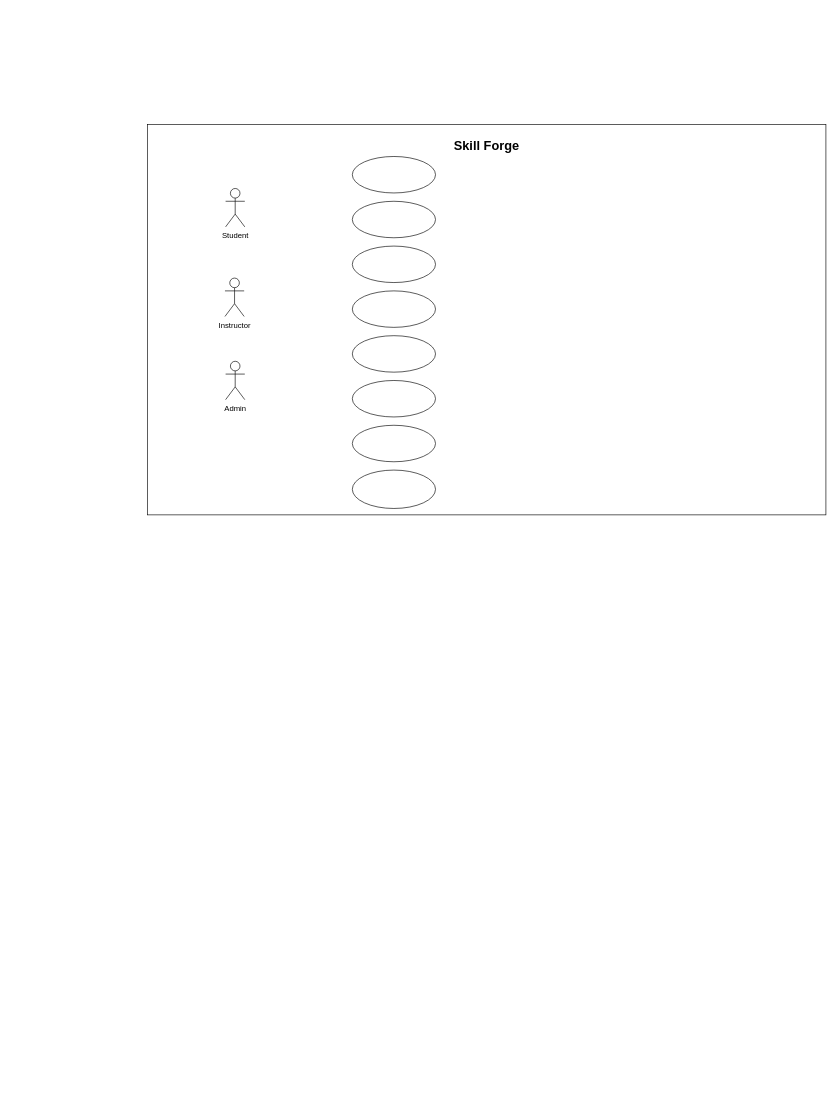
Earlier version of the draw.io diagram Lab5/SkillForge_UseCase.drawio (Youssufathalla/Programming-2). Source tidied: cells renumbered, new cells numbered last; positions are measured from the earlier drawing's top-left corner, leaving out a move shared by most shapes. Both pictures are drawn from the tidied source at 64%, with x=0, y=0 at pixel (147, 124).
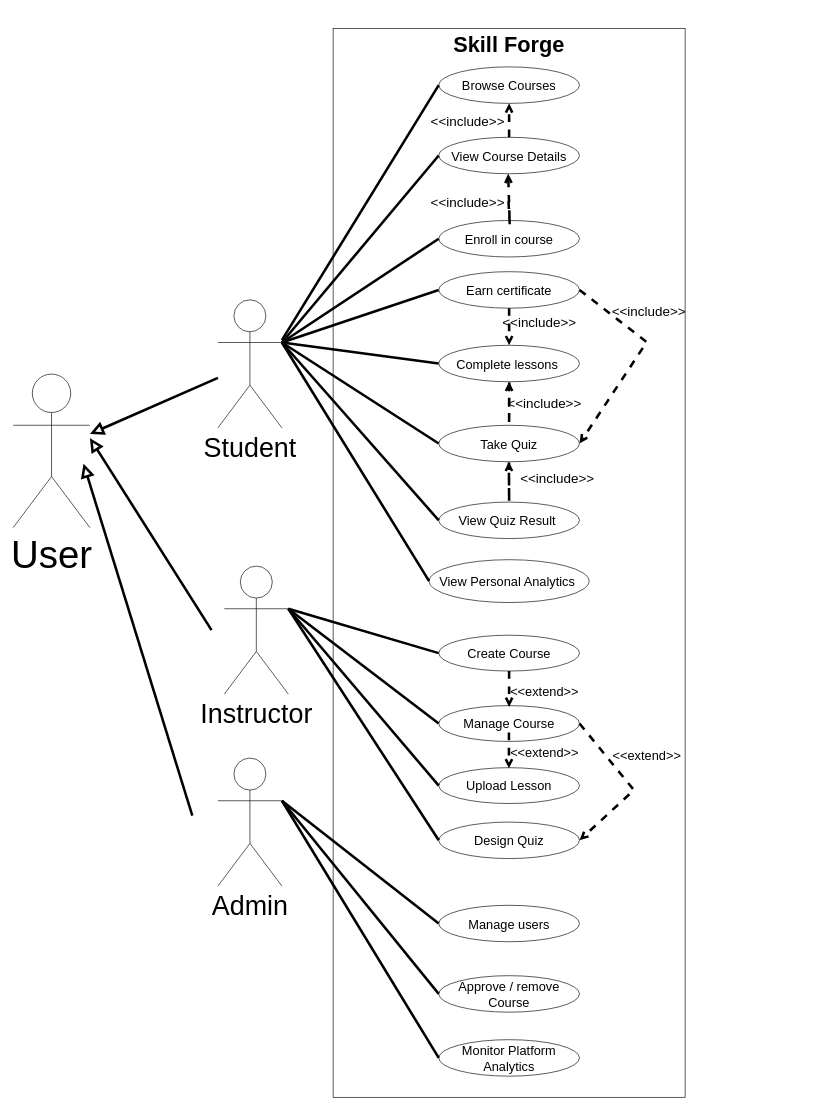
The same page after the edit.

What changed in the source:
```diff
@@
-    <mxCell id="2" value="&lt;h1 style=&quot;line-height: 110%;&quot;&gt;&lt;font style=&quot;font-size: 20px;&quot;&gt;Skill Forge&lt;/font&gt;&lt;/h1&gt;" style="rounded=0;whiteSpace=wrap;html=1;align=center;labelPosition=center;verticalLabelPosition=top;verticalAlign=bottom;fontColor=default;spacing=-62;" parent="1" vertex="1">
-      <mxGeometry width="1060" height="610" as="geometry" />
+    <mxCell id="2" value="&lt;h1 style=&quot;line-height: 110%;&quot;&gt;&lt;font style=&quot;line-height: 70%; font-size: 34px;&quot;&gt;Skill Forge&lt;/font&gt;&lt;/h1&gt;" style="rounded=0;whiteSpace=wrap;html=1;align=center;labelPosition=center;verticalLabelPosition=top;verticalAlign=bottom;fontColor=default;spacing=-72;fontSize=20;horizontal=1;convertToSvg=0;" parent="1" vertex="1">
+      <mxGeometry x="290" y="-150" width="550" height="1670" as="geometry" />
     </mxCell>
-    <mxCell id="3" value="Student" style="shape=umlActor;verticalLabelPosition=bottom;verticalAlign=top;html=1;outlineConnect=0;" parent="1" vertex="1">
-      <mxGeometry x="122" y="100" width="30" height="60" as="geometry" />
+    <mxCell id="3" value="&lt;font style=&quot;font-size: 42px;&quot;&gt;Student&lt;/font&gt;" style="shape=umlActor;verticalLabelPosition=bottom;verticalAlign=top;html=1;outlineConnect=0;" parent="1" vertex="1">
+      <mxGeometry x="110" y="274" width="100" height="200" as="geometry" />
     </mxCell>
-    <mxCell id="4" value="Instructor" style="shape=umlActor;verticalLabelPosition=bottom;verticalAlign=top;html=1;outlineConnect=0;" parent="1" vertex="1">
-      <mxGeometry x="121" y="240" width="30" height="60" as="geometry" />
+    <mxCell id="4" value="&lt;font style=&quot;font-size: 42px;&quot;&gt;Instructor&lt;/font&gt;" style="shape=umlActor;verticalLabelPosition=bottom;verticalAlign=top;html=1;outlineConnect=0;" parent="1" vertex="1">
+      <mxGeometry x="120" y="690" width="100" height="200" as="geometry" />
     </mxCell>
-    <mxCell id="5" value="Admin" style="shape=umlActor;verticalLabelPosition=bottom;verticalAlign=top;html=1;outlineConnect=0;" parent="1" vertex="1">
-      <mxGeometry x="122" y="370" width="30" height="60" as="geometry" />
+    <mxCell id="5" value="&lt;font style=&quot;font-size: 42px;&quot;&gt;Admin&lt;/font&gt;" style="shape=umlActor;verticalLabelPosition=bottom;verticalAlign=top;html=1;outlineConnect=0;fontSize=13;" parent="1" vertex="1">
+      <mxGeometry x="110" y="990" width="100" height="200" as="geometry" />
     </mxCell>
-    <mxCell id="6" style="ellipse;whiteSpace=wrap;html=1;" parent="1" vertex="1">
-      <mxGeometry x="320" y="540" width="130" height="60" as="geometry" />
-    </mxCell>
-    <mxCell id="7" style="ellipse;whiteSpace=wrap;html=1;" parent="1" vertex="1">
-      <mxGeometry x="320" y="50" width="130" height="57" as="geometry" />
+    <mxCell id="7" value="&lt;font style=&quot;font-size: 20px;&quot;&gt;Enroll in course&lt;/font&gt;" style="ellipse;whiteSpace=wrap;html=1;" parent="1" vertex="1">
+      <mxGeometry x="455" y="150" width="220" height="57" as="geometry" />
     </mxCell>
-    <mxCell id="8" style="ellipse;whiteSpace=wrap;html=1;" parent="1" vertex="1">
-      <mxGeometry x="320" y="120" width="130" height="57" as="geometry" />
-    </mxCell>
-    <mxCell id="9" style="ellipse;whiteSpace=wrap;html=1;" parent="1" vertex="1">
-      <mxGeometry x="320" y="190" width="130" height="57" as="geometry" />
-    </mxCell>
-    <mxCell id="10" style="ellipse;whiteSpace=wrap;html=1;" parent="1" vertex="1">
-      <mxGeometry x="320" y="260" width="130" height="57" as="geometry" />
-    </mxCell>
-    <mxCell id="11" style="ellipse;whiteSpace=wrap;html=1;" parent="1" vertex="1">
-      <mxGeometry x="320" y="330" width="130" height="57" as="geometry" />
-    </mxCell>
-    <mxCell id="12" style="ellipse;whiteSpace=wrap;html=1;" parent="1" vertex="1">
-      <mxGeometry x="320" y="400" width="130" height="57" as="geometry" />
-    </mxCell>
-    <mxCell id="13" style="ellipse;whiteSpace=wrap;html=1;" parent="1" vertex="1">
-      <mxGeometry x="320" y="470" width="130" height="57" as="geometry" />
-    </mxCell>
@@
+    <mxCell id="15" value="&lt;font style=&quot;font-size: 20px;&quot;&gt;View Course Details&lt;/font&gt;" style="ellipse;whiteSpace=wrap;html=1;" parent="1" vertex="1">
+      <mxGeometry x="455" y="20" width="220" height="57" as="geometry" />
+    </mxCell>
+    <mxCell id="16" value="Earn certificate" style="ellipse;whiteSpace=wrap;html=1;fontSize=20;" parent="1" vertex="1">
+      <mxGeometry x="455" y="230" width="220" height="57" as="geometry" />
+    </mxCell>
+    <mxCell id="17" value="&lt;font style=&quot;font-size: 20px;&quot;&gt;Browse Courses&lt;/font&gt;" style="ellipse;whiteSpace=wrap;html=1;" parent="1" vertex="1">
+      <mxGeometry x="455" y="-90" width="220" height="57" as="geometry" />
+    </mxCell>
+    <mxCell id="18" value="&lt;font style=&quot;font-size: 20px;&quot;&gt;Complete lessons&amp;nbsp;&lt;/font&gt;" style="ellipse;whiteSpace=wrap;html=1;" parent="1" vertex="1">
+      <mxGeometry x="455" y="345" width="220" height="57" as="geometry" />
+    </mxCell>
+    <mxCell id="19" value="Take Quiz" style="ellipse;whiteSpace=wrap;html=1;fontSize=20;" parent="1" vertex="1">
+      <mxGeometry x="455" y="470" width="220" height="57" as="geometry" />
+    </mxCell>
+    <mxCell id="20" value="View Personal Analytics&amp;nbsp;" style="ellipse;whiteSpace=wrap;html=1;fontSize=20;" parent="1" vertex="1">
+      <mxGeometry x="440" y="680" width="250" height="67" as="geometry" />
+    </mxCell>
+    <mxCell id="21" value="Monitor Platform Analytics" style="ellipse;whiteSpace=wrap;html=1;fontSize=20;" parent="1" vertex="1">
+      <mxGeometry x="455" y="1430" width="220" height="57" as="geometry" />
+    </mxCell>
+    <mxCell id="22" value="Approve / remove Course" style="ellipse;whiteSpace=wrap;html=1;fontSize=20;" parent="1" vertex="1">
+      <mxGeometry x="455" y="1330" width="220" height="57" as="geometry" />
+    </mxCell>
+    <mxCell id="23" value="Manage users" style="ellipse;whiteSpace=wrap;html=1;fontSize=20;" parent="1" vertex="1">
+      <mxGeometry x="455" y="1220" width="220" height="57" as="geometry" />
+    </mxCell>
+    <mxCell id="24" value="Design Quiz" style="ellipse;whiteSpace=wrap;html=1;fontSize=20;" parent="1" vertex="1">
+      <mxGeometry x="455" y="1090" width="220" height="57" as="geometry" />
+    </mxCell>
+    <mxCell id="25" value="Upload Lesson" style="ellipse;whiteSpace=wrap;html=1;fontSize=20;" parent="1" vertex="1">
+      <mxGeometry x="455" y="1005" width="220" height="56" as="geometry" />
+    </mxCell>
+    <mxCell id="26" value="Manage Course" style="ellipse;whiteSpace=wrap;html=1;fontSize=20;" parent="1" vertex="1">
+      <mxGeometry x="455" y="908" width="220" height="56" as="geometry" />
+    </mxCell>
+    <mxCell id="27" value="Create Course" style="ellipse;whiteSpace=wrap;html=1;fontSize=20;" parent="1" vertex="1">
+      <mxGeometry x="455" y="798" width="220" height="56" as="geometry" />
+    </mxCell>
+    <mxCell id="28" value="View Quiz Result&amp;nbsp;" style="ellipse;whiteSpace=wrap;html=1;fontSize=20;" parent="1" vertex="1">
+      <mxGeometry x="455" y="590" width="220" height="57" as="geometry" />
+    </mxCell>
+    <mxCell id="29" value="&lt;font style=&quot;font-size: 60px;&quot;&gt;User&lt;/font&gt;&lt;div&gt;&lt;br&gt;&lt;/div&gt;" style="shape=umlActor;verticalLabelPosition=bottom;verticalAlign=top;html=1;outlineConnect=0;" parent="1" vertex="1">
+      <mxGeometry x="-210" y="390" width="120" height="240" as="geometry" />
+    </mxCell>
+    <mxCell id="30" style="edgeStyle=none;html=1;endSize=12;endArrow=block;endFill=0;rounded=0;strokeWidth=4;" parent="1" edge="1" source="3" target="29">
+      <mxGeometry relative="1" as="geometry" />
+    </mxCell>
+    <mxCell id="31" style="edgeStyle=none;html=1;endSize=12;endArrow=block;endFill=0;rounded=0;strokeWidth=4;" parent="1" edge="1">
+      <mxGeometry relative="1" as="geometry">
+        <mxPoint x="70" y="1080" as="sourcePoint" />
+        <mxPoint x="-100" y="530" as="targetPoint" />
+      </mxGeometry>
+    </mxCell>
+    <mxCell id="32" style="edgeStyle=none;html=1;endSize=12;endArrow=block;endFill=0;rounded=0;strokeWidth=4;" parent="1" edge="1">
+      <mxGeometry relative="1" as="geometry">
+        <mxPoint x="100" y="790" as="sourcePoint" />
+        <mxPoint x="-90" y="490" as="targetPoint" />
+      </mxGeometry>
+    </mxCell>
+    <mxCell id="33" value="&amp;lt;&amp;lt;include&amp;gt;&amp;gt;" style="html=1;verticalAlign=bottom;labelBackgroundColor=none;endArrow=open;endFill=0;dashed=1;rounded=0;fontSize=21;strokeWidth=4;entryX=0.5;entryY=1;entryDx=0;entryDy=0;" parent="1" edge="1">
+      <mxGeometry y="65" relative="1" as="geometry">
+        <mxPoint x="564" y="120" as="sourcePoint" />
+        <mxPoint x="563.5" y="77" as="targetPoint" />
+        <Array as="points">
+          <mxPoint x="566" y="157" />
+        </Array>
+        <mxPoint y="-1" as="offset" />
+      </mxGeometry>
+    </mxCell>
+    <mxCell id="34" value="&amp;lt;&amp;lt;include&amp;gt;&amp;gt;" style="html=1;verticalAlign=bottom;labelBackgroundColor=none;endArrow=open;endFill=0;dashed=1;rounded=0;fontSize=21;strokeWidth=4;entryX=0.5;entryY=1;entryDx=0;entryDy=0;" parent="1" edge="1" target="17">
+      <mxGeometry x="-0.62" y="65" relative="1" as="geometry">
+        <mxPoint x="565" y="20" as="sourcePoint" />
+      </mxGeometry>
+    </mxCell>
+    <mxCell id="35" value="&amp;lt;&amp;lt;include&amp;gt;&amp;gt;" style="html=1;verticalAlign=bottom;labelBackgroundColor=none;endArrow=open;endFill=0;dashed=1;rounded=0;fontSize=21;strokeWidth=4;exitX=0.5;exitY=1;exitDx=0;exitDy=0;entryX=0.5;entryY=0;entryDx=0;entryDy=0;" parent="1" edge="1" source="16" target="18">
+      <mxGeometry x="0.28" y="47" relative="1" as="geometry" />
+    </mxCell>
+    <mxCell id="36" value="&amp;lt;&amp;lt;include&amp;gt;&amp;gt;" style="html=1;verticalAlign=bottom;labelBackgroundColor=none;endArrow=open;endFill=0;dashed=1;rounded=0;fontSize=21;strokeWidth=4;entryX=0.5;entryY=1;entryDx=0;entryDy=0;" parent="1" edge="1" target="18">
+      <mxGeometry x="-0.31" y="55" relative="1" as="geometry">
+        <mxPoint x="565.2" y="403" as="sourcePoint" />
+        <Array as="points">
+          <mxPoint x="565" y="470" />
+        </Array>
+      </mxGeometry>
+    </mxCell>
+    <mxCell id="37" value="&amp;lt;&amp;lt;include&amp;gt;&amp;gt;" style="html=1;verticalAlign=bottom;labelBackgroundColor=none;endArrow=open;endFill=0;dashed=1;rounded=0;fontSize=21;strokeWidth=4;entryX=1;entryY=0.5;entryDx=0;entryDy=0;exitX=1;exitY=0.5;exitDx=0;exitDy=0;" parent="1" edge="1" source="16" target="19">
+      <mxGeometry x="-0.29" y="28" relative="1" as="geometry">
+        <Array as="points">
+          <mxPoint x="780" y="340" />
+        </Array>
+      </mxGeometry>
+    </mxCell>
+    <mxCell id="38" value="&amp;lt;&amp;lt;include&amp;gt;&amp;gt;" style="html=1;verticalAlign=bottom;labelBackgroundColor=none;endArrow=open;endFill=0;dashed=1;rounded=0;fontSize=21;strokeWidth=4;entryX=0.5;entryY=1;entryDx=0;entryDy=0;" parent="1" edge="1">
+      <mxGeometry x="-0.38" y="75" relative="1" as="geometry">
+        <mxPoint x="564.8" y="528" as="sourcePoint" />
+        <mxPoint x="564.6" y="527" as="targetPoint" />
+        <Array as="points">
+          <mxPoint x="565" y="590" />
+        </Array>
+      </mxGeometry>
+    </mxCell>
+    <mxCell id="39" value="&amp;lt;&amp;lt;extend&amp;gt;&amp;gt;" style="html=1;verticalAlign=bottom;labelBackgroundColor=none;endArrow=open;endFill=0;dashed=1;rounded=0;exitX=0.5;exitY=1;exitDx=0;exitDy=0;fontSize=20;strokeWidth=4;" parent="1" edge="1" source="27">
+      <mxGeometry x="0.64" y="55" relative="1" as="geometry">
+        <mxPoint x="565" y="910" as="targetPoint" />
+      </mxGeometry>
+    </mxCell>
+    <mxCell id="40" value="&amp;lt;&amp;lt;extend&amp;gt;&amp;gt;" style="html=1;verticalAlign=bottom;labelBackgroundColor=none;endArrow=open;endFill=0;dashed=1;rounded=0;exitX=0.5;exitY=1;exitDx=0;exitDy=0;fontSize=20;strokeWidth=4;" parent="1" edge="1">
+      <mxGeometry x="0.64" y="55" relative="1" as="geometry">
+        <mxPoint x="564.7" y="950" as="sourcePoint" />
+        <mxPoint x="564.7" y="1006" as="targetPoint" />
+      </mxGeometry>
+    </mxCell>
+    <mxCell id="41" value="&amp;lt;&amp;lt;extend&amp;gt;&amp;gt;" style="html=1;verticalAlign=bottom;labelBackgroundColor=none;endArrow=open;endFill=0;dashed=1;rounded=0;exitX=1;exitY=0.5;exitDx=0;exitDy=0;fontSize=20;strokeWidth=4;entryX=1;entryY=0.5;entryDx=0;entryDy=0;" parent="1" edge="1" source="26" target="24">
+      <mxGeometry x="-0.07" y="41" relative="1" as="geometry">
+        <Array as="points">
+          <mxPoint x="760" y="1040" />
+        </Array>
+      </mxGeometry>
+    </mxCell>
+    <mxCell id="42" style="endArrow=none;html=1;rounded=0;strokeColor=default;strokeWidth=4;align=center;verticalAlign=bottom;fontFamily=Helvetica;fontSize=21;fontColor=default;labelBackgroundColor=none;entryX=0;entryY=0.5;entryDx=0;entryDy=0;" parent="1" edge="1" target="17">
+      <mxGeometry relative="1" as="geometry">
+        <mxPoint x="210" y="337" as="sourcePoint" />
+      </mxGeometry>
+    </mxCell>
+    <mxCell id="43" style="endArrow=none;html=1;rounded=0;strokeColor=default;strokeWidth=4;align=center;verticalAlign=bottom;fontFamily=Helvetica;fontSize=21;fontColor=default;labelBackgroundColor=none;entryX=0;entryY=0.5;entryDx=0;entryDy=0;exitX=1;exitY=0.3333333333333333;exitDx=0;exitDy=0;exitPerimeter=0;" parent="1" edge="1" source="3" target="15">
+      <mxGeometry relative="1" as="geometry" />
+    </mxCell>
+    <mxCell id="44" style="endArrow=none;html=1;rounded=0;strokeColor=default;strokeWidth=4;align=center;verticalAlign=bottom;fontFamily=Helvetica;fontSize=21;fontColor=default;labelBackgroundColor=none;entryX=0;entryY=0.5;entryDx=0;entryDy=0;exitX=1;exitY=0.3333333333333333;exitDx=0;exitDy=0;exitPerimeter=0;" parent="1" edge="1" source="3" target="7">
+      <mxGeometry relative="1" as="geometry" />
+    </mxCell>
+    <mxCell id="45" style="endArrow=none;html=1;rounded=0;strokeColor=default;strokeWidth=4;align=center;verticalAlign=bottom;fontFamily=Helvetica;fontSize=21;fontColor=default;labelBackgroundColor=none;entryX=0;entryY=0.5;entryDx=0;entryDy=0;exitX=1;exitY=0.3333333333333333;exitDx=0;exitDy=0;exitPerimeter=0;" parent="1" edge="1" source="3" target="16">
+      <mxGeometry relative="1" as="geometry" />
+    </mxCell>
+    <mxCell id="46" style="endArrow=none;html=1;rounded=0;strokeColor=default;strokeWidth=4;align=center;verticalAlign=bottom;fontFamily=Helvetica;fontSize=21;fontColor=default;labelBackgroundColor=none;entryX=0;entryY=0.5;entryDx=0;entryDy=0;exitX=1;exitY=0.3333333333333333;exitDx=0;exitDy=0;exitPerimeter=0;" parent="1" edge="1" source="3" target="18">
+      <mxGeometry relative="1" as="geometry" />
+    </mxCell>
+    <mxCell id="47" style="endArrow=none;html=1;rounded=0;strokeColor=default;strokeWidth=4;align=center;verticalAlign=bottom;fontFamily=Helvetica;fontSize=21;fontColor=default;labelBackgroundColor=none;entryX=0;entryY=0.5;entryDx=0;entryDy=0;exitX=1;exitY=0.3333333333333333;exitDx=0;exitDy=0;exitPerimeter=0;" parent="1" edge="1" source="3" target="19">
+      <mxGeometry relative="1" as="geometry" />
+    </mxCell>
+    <mxCell id="48" style="endArrow=none;html=1;rounded=0;strokeColor=default;strokeWidth=4;align=center;verticalAlign=bottom;fontFamily=Helvetica;fontSize=21;fontColor=default;labelBackgroundColor=none;exitX=1;exitY=0.3333333333333333;exitDx=0;exitDy=0;exitPerimeter=0;entryX=0;entryY=0.5;entryDx=0;entryDy=0;" parent="1" edge="1" source="3" target="28">
+      <mxGeometry relative="1" as="geometry" />
+    </mxCell>
+    <mxCell id="49" style="endArrow=none;html=1;rounded=0;strokeColor=default;strokeWidth=4;align=center;verticalAlign=bottom;fontFamily=Helvetica;fontSize=21;fontColor=default;labelBackgroundColor=none;exitX=1;exitY=0.3333333333333333;exitDx=0;exitDy=0;exitPerimeter=0;entryX=0;entryY=0.5;entryDx=0;entryDy=0;" parent="1" edge="1" source="3" target="20">
+      <mxGeometry relative="1" as="geometry" />
+    </mxCell>
+    <mxCell id="50" style="endArrow=none;html=1;rounded=0;strokeColor=default;strokeWidth=4;align=center;verticalAlign=bottom;fontFamily=Helvetica;fontSize=21;fontColor=default;labelBackgroundColor=none;exitX=1;exitY=0.3333333333333333;exitDx=0;exitDy=0;exitPerimeter=0;entryX=0;entryY=0.5;entryDx=0;entryDy=0;" parent="1" edge="1" source="4" target="27">
+      <mxGeometry relative="1" as="geometry" />
+    </mxCell>
+    <mxCell id="51" style="endArrow=none;html=1;rounded=0;strokeColor=default;strokeWidth=4;align=center;verticalAlign=bottom;fontFamily=Helvetica;fontSize=21;fontColor=default;labelBackgroundColor=none;exitX=1;exitY=0.3333333333333333;exitDx=0;exitDy=0;exitPerimeter=0;entryX=0;entryY=0.5;entryDx=0;entryDy=0;" parent="1" edge="1" source="4" target="26">
+      <mxGeometry relative="1" as="geometry" />
+    </mxCell>
+    <mxCell id="52" style="endArrow=none;html=1;rounded=0;strokeColor=default;strokeWidth=4;align=center;verticalAlign=bottom;fontFamily=Helvetica;fontSize=21;fontColor=default;labelBackgroundColor=none;exitX=1;exitY=0.3333333333333333;exitDx=0;exitDy=0;exitPerimeter=0;entryX=0;entryY=0.5;entryDx=0;entryDy=0;" parent="1" edge="1" source="4" target="25">
+      <mxGeometry relative="1" as="geometry" />
+    </mxCell>
+    <mxCell id="53" style="endArrow=none;html=1;rounded=0;strokeColor=default;strokeWidth=4;align=center;verticalAlign=bottom;fontFamily=Helvetica;fontSize=21;fontColor=default;labelBackgroundColor=none;exitX=1;exitY=0.3333333333333333;exitDx=0;exitDy=0;exitPerimeter=0;entryX=0;entryY=0.5;entryDx=0;entryDy=0;" parent="1" edge="1" source="4" target="24">
+      <mxGeometry relative="1" as="geometry" />
+    </mxCell>
+    <mxCell id="54" style="endArrow=none;html=1;rounded=0;strokeColor=default;strokeWidth=4;align=center;verticalAlign=bottom;fontFamily=Helvetica;fontSize=21;fontColor=default;labelBackgroundColor=none;exitX=1;exitY=0.3333333333333333;exitDx=0;exitDy=0;exitPerimeter=0;entryX=0;entryY=0.5;entryDx=0;entryDy=0;" parent="1" edge="1" source="5" target="23">
+      <mxGeometry relative="1" as="geometry" />
+    </mxCell>
+    <mxCell id="55" style="endArrow=none;html=1;rounded=0;strokeColor=default;strokeWidth=4;align=center;verticalAlign=bottom;fontFamily=Helvetica;fontSize=21;fontColor=default;labelBackgroundColor=none;exitX=1;exitY=0.3333333333333333;exitDx=0;exitDy=0;exitPerimeter=0;entryX=0;entryY=0.5;entryDx=0;entryDy=0;" parent="1" edge="1" source="5" target="22">
+      <mxGeometry relative="1" as="geometry" />
+    </mxCell>
+    <mxCell id="56" style="endArrow=none;html=1;rounded=0;strokeWidth=4;align=center;verticalAlign=bottom;fontFamily=Helvetica;fontSize=21;fontColor=default;labelBackgroundColor=none;exitX=1;exitY=0.3333333333333333;exitDx=0;exitDy=0;exitPerimeter=0;entryX=0;entryY=0.5;entryDx=0;entryDy=0;" parent="1" edge="1" source="5" target="21">
+      <mxGeometry relative="1" as="geometry" />
+    </mxCell>
```
